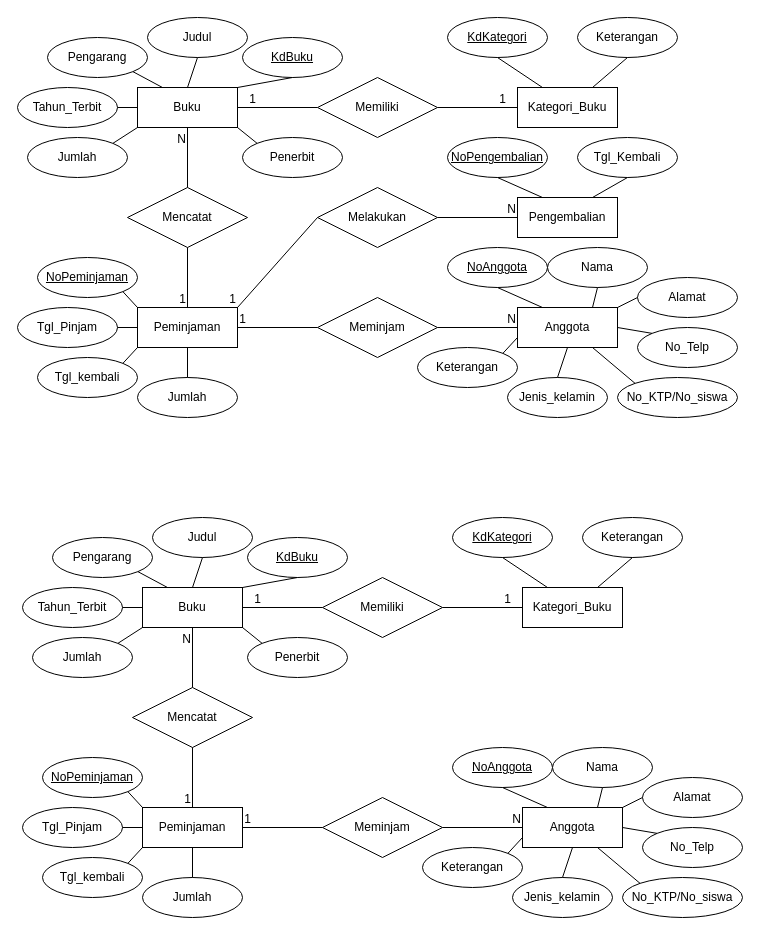
Before: Matkul_Semester_2/BasisData/jobsheet7.drawio in GhoffarFitassin/Kuliah, a draw.io diagram. Source tidied: cells renumbered, new cells numbered last; positions are measured from the earlier drawing's top-left corner, leaving out a move shared by most shapes. Both pictures are drawn from the tidied source at 100%, with x=0, y=0 at pixel (17, 17).
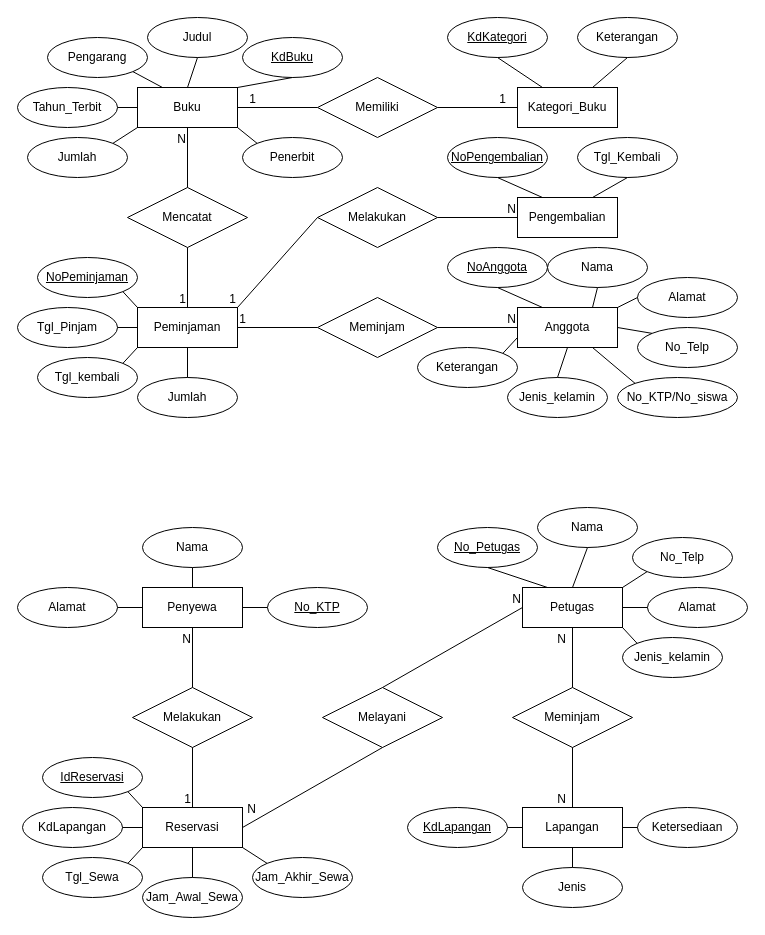
The same page after the edit.

Commit message:
Update jobsheet7(Soal 2).drawio

The edit, as a diff of the source:
```diff
@@
-    <mxCell id="69" value="Buku" style="whiteSpace=wrap;html=1;align=center;" parent="1" vertex="1">
+    <mxCell id="69" value="Penyewa" style="whiteSpace=wrap;html=1;align=center;" parent="1" vertex="1">
       <mxGeometry x="125" y="570" width="100" height="40" as="geometry" />
     </mxCell>
-    <mxCell id="70" value="Anggota" style="whiteSpace=wrap;html=1;align=center;" parent="1" vertex="1">
+    <mxCell id="70" value="Lapangan" style="whiteSpace=wrap;html=1;align=center;" parent="1" vertex="1">
       <mxGeometry x="505" y="790" width="100" height="40" as="geometry" />
     </mxCell>
-    <mxCell id="71" value="Peminjaman" style="whiteSpace=wrap;html=1;align=center;" parent="1" vertex="1">
+    <mxCell id="71" value="Reservasi" style="whiteSpace=wrap;html=1;align=center;" parent="1" vertex="1">
       <mxGeometry x="125" y="790" width="100" height="40" as="geometry" />
     </mxCell>
-    <mxCell id="72" value="Kategori_Buku" style="whiteSpace=wrap;html=1;align=center;" parent="1" vertex="1">
+    <mxCell id="72" value="Petugas" style="whiteSpace=wrap;html=1;align=center;" parent="1" vertex="1">
       <mxGeometry x="505" y="570" width="100" height="40" as="geometry" />
     </mxCell>
-    <mxCell id="73" value="KdBuku" style="ellipse;whiteSpace=wrap;html=1;align=center;fontStyle=4;" parent="1" vertex="1">
-      <mxGeometry x="230" y="520" width="100" height="40" as="geometry" />
+    <mxCell id="73" value="No_KTP" style="ellipse;whiteSpace=wrap;html=1;align=center;fontStyle=4;" parent="1" vertex="1">
+      <mxGeometry x="250" y="570" width="100" height="40" as="geometry" />
     </mxCell>
-    <mxCell id="74" value="Judul" style="ellipse;whiteSpace=wrap;html=1;align=center;" parent="1" vertex="1">
-      <mxGeometry x="135" y="500" width="100" height="40" as="geometry" />
+    <mxCell id="74" value="Nama" style="ellipse;whiteSpace=wrap;html=1;align=center;" parent="1" vertex="1">
+      <mxGeometry x="125" y="510" width="100" height="40" as="geometry" />
     </mxCell>
@@
-    <mxCell id="76" style="endArrow=none;html=1;rounded=0;exitX=0.5;exitY=1;exitDx=0;exitDy=0;entryX=1;entryY=0;entryDx=0;entryDy=0;" parent="1" edge="1" source="73" target="69">
+    <mxCell id="76" style="endArrow=none;html=1;rounded=0;exitX=0;exitY=0.5;exitDx=0;exitDy=0;entryX=1;entryY=0.5;entryDx=0;entryDy=0;" parent="1" edge="1" source="73" target="69">
       <mxGeometry relative="1" as="geometry" />
     </mxCell>
-    <mxCell id="77" value="Pengarang" style="ellipse;whiteSpace=wrap;html=1;align=center;" parent="1" vertex="1">
-      <mxGeometry x="35" y="520" width="100" height="40" as="geometry" />
+    <mxCell id="77" value="Alamat" style="ellipse;whiteSpace=wrap;html=1;align=center;" parent="1" vertex="1">
+      <mxGeometry y="570" width="100" height="40" as="geometry" />
     </mxCell>
-    <mxCell id="78" value="Tahun_Terbit" style="ellipse;whiteSpace=wrap;html=1;align=center;" parent="1" vertex="1">
-      <mxGeometry x="5" y="570" width="100" height="40" as="geometry" />
-    </mxCell>
-    <mxCell id="79" value="Jumlah" style="ellipse;whiteSpace=wrap;html=1;align=center;" parent="1" vertex="1">
-      <mxGeometry x="15" y="620" width="100" height="40" as="geometry" />
-    </mxCell>
-    <mxCell id="80" style="endArrow=none;html=1;rounded=0;exitX=1;exitY=1;exitDx=0;exitDy=0;entryX=0.25;entryY=0;entryDx=0;entryDy=0;" parent="1" edge="1" source="77" target="69">
+    <mxCell id="80" style="endArrow=none;html=1;rounded=0;exitX=1;exitY=0.5;exitDx=0;exitDy=0;entryX=0;entryY=0.5;entryDx=0;entryDy=0;" parent="1" edge="1" source="77" target="69">
       <mxGeometry relative="1" as="geometry" />
     </mxCell>
-    <mxCell id="81" style="endArrow=none;html=1;rounded=0;exitX=1;exitY=0.5;exitDx=0;exitDy=0;entryX=0;entryY=0.5;entryDx=0;entryDy=0;" parent="1" edge="1" source="78" target="69">
-      <mxGeometry relative="1" as="geometry" />
-    </mxCell>
-    <mxCell id="82" style="endArrow=none;html=1;rounded=0;exitX=1;exitY=0;exitDx=0;exitDy=0;entryX=0;entryY=1;entryDx=0;entryDy=0;" parent="1" edge="1" source="79" target="69">
-      <mxGeometry relative="1" as="geometry" />
-    </mxCell>
-    <mxCell id="83" value="Memiliki" style="shape=rhombus;perimeter=rhombusPerimeter;whiteSpace=wrap;html=1;align=center;" parent="1" vertex="1">
-      <mxGeometry x="305" y="560" width="120" height="60" as="geometry" />
+    <mxCell id="83" value="Melayani" style="shape=rhombus;perimeter=rhombusPerimeter;whiteSpace=wrap;html=1;align=center;" parent="1" vertex="1">
+      <mxGeometry x="305" y="670" width="120" height="60" as="geometry" />
     </mxCell>
-    <mxCell id="84" style="endArrow=none;html=1;rounded=0;entryX=1;entryY=0.5;entryDx=0;entryDy=0;exitX=0;exitY=0.5;exitDx=0;exitDy=0;" parent="1" edge="1" source="83" target="69">
-      <mxGeometry relative="1" as="geometry" />
-    </mxCell>
-    <mxCell id="85" value="1" style="html=1;whiteSpace=wrap;align=right;verticalAlign=bottom;" parent="84" vertex="1">
-      <mxGeometry x="1" relative="1" as="geometry">
-        <mxPoint x="20" as="offset" />
-      </mxGeometry>
-    </mxCell>
-    <mxCell id="86" style="endArrow=none;html=1;rounded=0;entryX=0;entryY=0.5;entryDx=0;entryDy=0;exitX=1;exitY=0.5;exitDx=0;exitDy=0;" parent="1" edge="1" source="83" target="72">
-      <mxGeometry relative="1" as="geometry" />
-    </mxCell>
-    <mxCell id="87" value="1" style="html=1;whiteSpace=wrap;align=right;verticalAlign=bottom;" parent="86" vertex="1">
-      <mxGeometry x="1" relative="1" as="geometry">
-        <mxPoint x="-10" as="offset" />
-      </mxGeometry>
-    </mxCell>
-    <mxCell id="88" value="KdKategori" style="ellipse;whiteSpace=wrap;html=1;align=center;fontStyle=4;" parent="1" vertex="1">
-      <mxGeometry x="435" y="500" width="100" height="40" as="geometry" />
+    <mxCell id="88" value="No_Petugas" style="ellipse;whiteSpace=wrap;html=1;align=center;fontStyle=4;" parent="1" vertex="1">
+      <mxGeometry x="420" y="510" width="100" height="40" as="geometry" />
     </mxCell>
@@
-    <mxCell id="90" value="Mencatat" style="shape=rhombus;perimeter=rhombusPerimeter;whiteSpace=wrap;html=1;align=center;" parent="1" vertex="1">
+    <mxCell id="90" value="Melakukan" style="shape=rhombus;perimeter=rhombusPerimeter;whiteSpace=wrap;html=1;align=center;" parent="1" vertex="1">
       <mxGeometry x="115" y="670" width="120" height="60" as="geometry" />
     </mxCell>
@@
-    <mxCell id="95" value="Keterangan" style="ellipse;whiteSpace=wrap;html=1;align=center;" parent="1" vertex="1">
-      <mxGeometry x="565" y="500" width="100" height="40" as="geometry" />
+    <mxCell id="95" value="No_Telp" style="ellipse;whiteSpace=wrap;html=1;align=center;" parent="1" vertex="1">
+      <mxGeometry x="615" y="520" width="100" height="40" as="geometry" />
     </mxCell>
-    <mxCell id="96" style="endArrow=none;html=1;rounded=0;entryX=0.5;entryY=1;entryDx=0;entryDy=0;exitX=0.75;exitY=0;exitDx=0;exitDy=0;" parent="1" edge="1" source="72" target="95">
+    <mxCell id="96" style="endArrow=none;html=1;rounded=0;entryX=0;entryY=1;entryDx=0;entryDy=0;exitX=1;exitY=0;exitDx=0;exitDy=0;" parent="1" edge="1" source="72" target="95">
       <mxGeometry relative="1" as="geometry" />
     </mxCell>
-    <mxCell id="97" value="Tgl_Pinjam" style="ellipse;whiteSpace=wrap;html=1;align=center;" parent="1" vertex="1">
+    <mxCell id="97" value="KdLapangan" style="ellipse;whiteSpace=wrap;html=1;align=center;" parent="1" vertex="1">
       <mxGeometry x="5" y="790" width="100" height="40" as="geometry" />
     </mxCell>
     <mxCell id="98" value="Meminjam" style="shape=rhombus;perimeter=rhombusPerimeter;whiteSpace=wrap;html=1;align=center;" parent="1" vertex="1">
-      <mxGeometry x="305" y="780" width="120" height="60" as="geometry" />
+      <mxGeometry x="495" y="670" width="120" height="60" as="geometry" />
     </mxCell>
-    <mxCell id="99" style="endArrow=none;html=1;rounded=0;entryX=1;entryY=0.5;entryDx=0;entryDy=0;exitX=0;exitY=0.5;exitDx=0;exitDy=0;" parent="1" edge="1" source="98" target="71">
-      <mxGeometry relative="1" as="geometry" />
-    </mxCell>
-    <mxCell id="100" value="1" style="html=1;whiteSpace=wrap;align=right;verticalAlign=bottom;" parent="99" vertex="1">
-      <mxGeometry x="1" relative="1" as="geometry">
-        <mxPoint x="10" as="offset" />
-      </mxGeometry>
-    </mxCell>
-    <mxCell id="101" style="endArrow=none;html=1;rounded=0;entryX=0;entryY=0.5;entryDx=0;entryDy=0;exitX=1;exitY=0.5;exitDx=0;exitDy=0;" parent="1" edge="1" source="98" target="70">
+    <mxCell id="101" style="endArrow=none;html=1;rounded=0;entryX=0.5;entryY=0;entryDx=0;entryDy=0;exitX=0.5;exitY=1;exitDx=0;exitDy=0;" parent="1" edge="1" source="98" target="70">
       <mxGeometry relative="1" as="geometry" />
     </mxCell>
     <mxCell id="102" value="N" style="html=1;whiteSpace=wrap;align=right;verticalAlign=bottom;" parent="101" vertex="1">
-      <mxGeometry x="1" relative="1" as="geometry" />
+      <mxGeometry x="1" relative="1" as="geometry">
+        <mxPoint x="-5" as="offset" />
+      </mxGeometry>
     </mxCell>
-    <mxCell id="103" value="NoPeminjaman" style="ellipse;whiteSpace=wrap;html=1;align=center;fontStyle=4;" parent="1" vertex="1">
+    <mxCell id="103" value="IdReservasi" style="ellipse;whiteSpace=wrap;html=1;align=center;fontStyle=4;" parent="1" vertex="1">
       <mxGeometry x="25" y="740" width="100" height="40" as="geometry" />
     </mxCell>
-    <mxCell id="104" value="Tgl_kembali" style="ellipse;whiteSpace=wrap;html=1;align=center;" parent="1" vertex="1">
+    <mxCell id="104" value="Tgl_Sewa" style="ellipse;whiteSpace=wrap;html=1;align=center;" parent="1" vertex="1">
       <mxGeometry x="25" y="840" width="100" height="40" as="geometry" />
     </mxCell>
@@
-    <mxCell id="108" value="Jumlah" style="ellipse;whiteSpace=wrap;html=1;align=center;" parent="1" vertex="1">
+    <mxCell id="108" value="Jam_Awal_Sewa" style="ellipse;whiteSpace=wrap;html=1;align=center;" parent="1" vertex="1">
       <mxGeometry x="125" y="860" width="100" height="40" as="geometry" />
     </mxCell>
@@
-    <mxCell id="110" value="Penerbit" style="ellipse;whiteSpace=wrap;html=1;align=center;" parent="1" vertex="1">
-      <mxGeometry x="230" y="620" width="100" height="40" as="geometry" />
+    <mxCell id="110" value="Jam_Akhir_Sewa" style="ellipse;whiteSpace=wrap;html=1;align=center;" parent="1" vertex="1">
+      <mxGeometry x="235" y="840" width="100" height="40" as="geometry" />
     </mxCell>
-    <mxCell id="111" style="endArrow=none;html=1;rounded=0;exitX=1;exitY=1;exitDx=0;exitDy=0;entryX=0;entryY=0;entryDx=0;entryDy=0;" parent="1" edge="1" source="69" target="110">
+    <mxCell id="111" style="endArrow=none;html=1;rounded=0;exitX=1;exitY=1;exitDx=0;exitDy=0;entryX=0;entryY=0;entryDx=0;entryDy=0;" parent="1" edge="1" source="71" target="110">
       <mxGeometry relative="1" as="geometry" />
     </mxCell>
-    <mxCell id="112" value="NoAnggota" style="ellipse;whiteSpace=wrap;html=1;align=center;fontStyle=4;" parent="1" vertex="1">
-      <mxGeometry x="435" y="730" width="100" height="40" as="geometry" />
+    <mxCell id="112" value="KdLapangan" style="ellipse;whiteSpace=wrap;html=1;align=center;fontStyle=4;" parent="1" vertex="1">
+      <mxGeometry x="390" y="790" width="100" height="40" as="geometry" />
     </mxCell>
-    <mxCell id="113" style="endArrow=none;html=1;rounded=0;entryX=0.25;entryY=0;entryDx=0;entryDy=0;exitX=0.5;exitY=1;exitDx=0;exitDy=0;" parent="1" edge="1" source="112" target="70">
+    <mxCell id="113" style="endArrow=none;html=1;rounded=0;entryX=0;entryY=0.5;entryDx=0;entryDy=0;exitX=1;exitY=0.5;exitDx=0;exitDy=0;" parent="1" edge="1" source="112" target="70">
       <mxGeometry relative="1" as="geometry" />
     </mxCell>
     <mxCell id="114" value="Nama" style="ellipse;whiteSpace=wrap;html=1;align=center;" parent="1" vertex="1">
-      <mxGeometry x="535" y="730" width="100" height="40" as="geometry" />
+      <mxGeometry x="520" y="490" width="100" height="40" as="geometry" />
     </mxCell>
-    <mxCell id="115" style="endArrow=none;html=1;rounded=0;entryX=0.5;entryY=1;entryDx=0;entryDy=0;exitX=0.75;exitY=0;exitDx=0;exitDy=0;" parent="1" edge="1" source="70" target="114">
+    <mxCell id="115" style="endArrow=none;html=1;rounded=0;entryX=0.5;entryY=1;entryDx=0;entryDy=0;exitX=0.5;exitY=0;exitDx=0;exitDy=0;" parent="1" edge="1" source="72" target="114">
       <mxGeometry relative="1" as="geometry" />
     </mxCell>
     <mxCell id="116" value="Alamat" style="ellipse;whiteSpace=wrap;html=1;align=center;" parent="1" vertex="1">
-      <mxGeometry x="625" y="760" width="100" height="40" as="geometry" />
+      <mxGeometry x="630" y="570" width="100" height="40" as="geometry" />
     </mxCell>
-    <mxCell id="117" style="endArrow=none;html=1;rounded=0;entryX=0;entryY=0.5;entryDx=0;entryDy=0;exitX=1;exitY=0;exitDx=0;exitDy=0;" parent="1" edge="1" source="70" target="116">
+    <mxCell id="117" style="endArrow=none;html=1;rounded=0;entryX=0;entryY=0.5;entryDx=0;entryDy=0;exitX=1;exitY=0.5;exitDx=0;exitDy=0;" parent="1" edge="1" source="72" target="116">
       <mxGeometry relative="1" as="geometry" />
     </mxCell>
-    <mxCell id="118" value="No_Telp" style="ellipse;whiteSpace=wrap;html=1;align=center;" parent="1" vertex="1">
-      <mxGeometry x="625" y="810" width="100" height="40" as="geometry" />
+    <mxCell id="118" value="Ketersediaan" style="ellipse;whiteSpace=wrap;html=1;align=center;" parent="1" vertex="1">
+      <mxGeometry x="620" y="790" width="100" height="40" as="geometry" />
     </mxCell>
-    <mxCell id="119" style="endArrow=none;html=1;rounded=0;entryX=0;entryY=0;entryDx=0;entryDy=0;exitX=1;exitY=0.5;exitDx=0;exitDy=0;" parent="1" edge="1" source="70" target="118">
+    <mxCell id="119" style="endArrow=none;html=1;rounded=0;entryX=0;entryY=0.5;entryDx=0;entryDy=0;exitX=1;exitY=0.5;exitDx=0;exitDy=0;" parent="1" edge="1" source="70" target="118">
       <mxGeometry relative="1" as="geometry" />
     </mxCell>
-    <mxCell id="120" value="No_KTP/No_siswa" style="ellipse;whiteSpace=wrap;html=1;align=center;" parent="1" vertex="1">
-      <mxGeometry x="605" y="860" width="120" height="40" as="geometry" />
-    </mxCell>
-    <mxCell id="121" style="endArrow=none;html=1;rounded=0;entryX=0;entryY=0;entryDx=0;entryDy=0;exitX=0.75;exitY=1;exitDx=0;exitDy=0;" parent="1" edge="1" source="70" target="120">
-      <mxGeometry relative="1" as="geometry" />
-    </mxCell>
     <mxCell id="122" value="Jenis_kelamin" style="ellipse;whiteSpace=wrap;html=1;align=center;" parent="1" vertex="1">
-      <mxGeometry x="495" y="860" width="100" height="40" as="geometry" />
+      <mxGeometry x="605" y="620" width="100" height="40" as="geometry" />
     </mxCell>
-    <mxCell id="123" style="endArrow=none;html=1;rounded=0;entryX=0.5;entryY=1;entryDx=0;entryDy=0;exitX=0.5;exitY=0;exitDx=0;exitDy=0;" parent="1" edge="1" source="122" target="70">
+    <mxCell id="123" style="endArrow=none;html=1;rounded=0;entryX=1;entryY=1;entryDx=0;entryDy=0;exitX=0;exitY=0;exitDx=0;exitDy=0;" parent="1" edge="1" source="122" target="72">
       <mxGeometry relative="1" as="geometry" />
     </mxCell>
-    <mxCell id="124" value="Keterangan" style="ellipse;whiteSpace=wrap;html=1;align=center;" parent="1" vertex="1">
-      <mxGeometry x="405" y="830" width="100" height="40" as="geometry" />
+    <mxCell id="124" value="Jenis" style="ellipse;whiteSpace=wrap;html=1;align=center;" parent="1" vertex="1">
+      <mxGeometry x="505" y="850" width="100" height="40" as="geometry" />
     </mxCell>
-    <mxCell id="125" style="endArrow=none;html=1;rounded=0;entryX=0;entryY=0.75;entryDx=0;entryDy=0;exitX=1;exitY=0;exitDx=0;exitDy=0;entryPerimeter=0;" parent="1" edge="1" source="124" target="70">
+    <mxCell id="125" style="endArrow=none;html=1;rounded=0;entryX=0.5;entryY=1;entryDx=0;entryDy=0;exitX=0.5;exitY=0;exitDx=0;exitDy=0;" parent="1" edge="1" source="124" target="70">
       <mxGeometry relative="1" as="geometry" />
     </mxCell>
+    <mxCell id="126" style="endArrow=none;html=1;rounded=0;entryX=1;entryY=0.5;entryDx=0;entryDy=0;exitX=0.5;exitY=1;exitDx=0;exitDy=0;" parent="1" edge="1" source="83" target="71">
+      <mxGeometry relative="1" as="geometry" />
+    </mxCell>
+    <mxCell id="127" value="N" style="html=1;whiteSpace=wrap;align=right;verticalAlign=bottom;" parent="126" vertex="1">
+      <mxGeometry x="1" relative="1" as="geometry">
+        <mxPoint x="15" y="-10" as="offset" />
+      </mxGeometry>
+    </mxCell>
+    <mxCell id="128" style="endArrow=none;html=1;rounded=0;entryX=0.5;entryY=1;entryDx=0;entryDy=0;exitX=0.5;exitY=0;exitDx=0;exitDy=0;" parent="1" edge="1" source="98" target="72">
+      <mxGeometry relative="1" as="geometry" />
+    </mxCell>
+    <mxCell id="129" value="N" style="html=1;whiteSpace=wrap;align=right;verticalAlign=bottom;" parent="128" vertex="1">
+      <mxGeometry x="1" relative="1" as="geometry">
+        <mxPoint x="-5" y="20" as="offset" />
+      </mxGeometry>
+    </mxCell>
+    <mxCell id="86" style="endArrow=none;html=1;rounded=0;entryX=0;entryY=0.5;entryDx=0;entryDy=0;exitX=0.5;exitY=0;exitDx=0;exitDy=0;" parent="1" edge="1" source="83" target="72">
+      <mxGeometry relative="1" as="geometry" />
+    </mxCell>
+    <mxCell id="130" value="N" style="html=1;whiteSpace=wrap;align=right;verticalAlign=bottom;" parent="86" vertex="1">
+      <mxGeometry x="1" relative="1" as="geometry" />
+    </mxCell>
```
